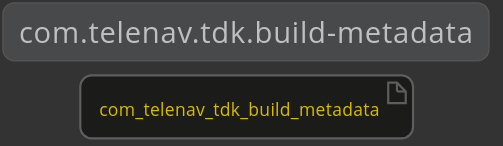
Before: metadata/documentation/diagrams/dependencies.svg, a diagram exported from PlantUML (Telenav/cactus). The source it was exported from:
```plantuml
@startuml

    !include ../lexakai.theme

    title "com.telenav.tdk.build-metadata"

    artifact com_telenav_tdk_build_metadata

@enduml
```
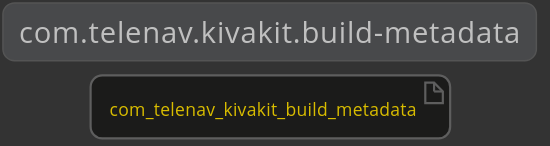
Later version of the same file.

What changed in the source:
```diff
@@ -2,8 +2,8 @@
 
     !include ../lexakai.theme
 
-    title "com.telenav.tdk.build-metadata"
+    title "com.telenav.kivakit.build-metadata"
 
-    artifact com_telenav_tdk_build_metadata
+    artifact com_telenav_kivakit_build_metadata
 
 @enduml
```
